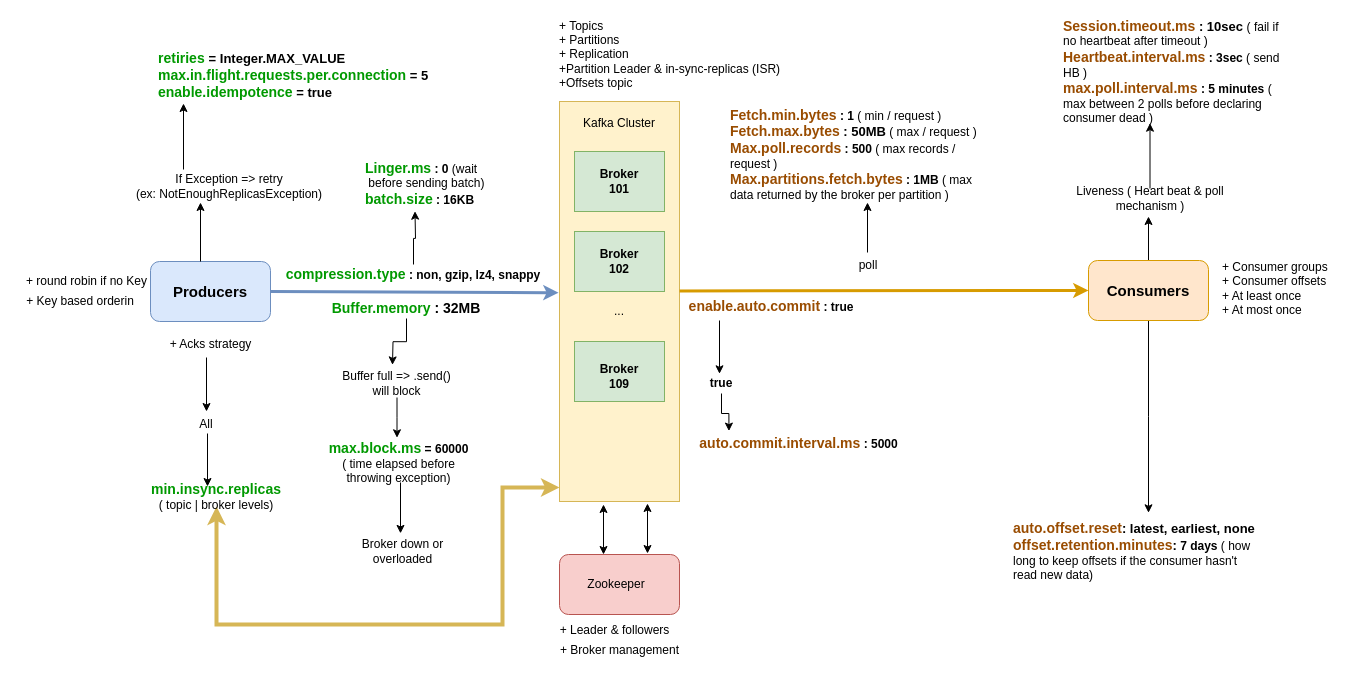
The draw.io diagram page "Page-1" (1 of 2) of kafka-core/Untitled Diagram.drawio in top-dr/kafka-diagrams, before the edit. Source tidied: cells renumbered, new cells numbered last; positions are measured from the earlier drawing's top-left corner, leaving out a move shared by most shapes. Both pictures are drawn from the tidied source at 100%, with x=0, y=0 at pixel (17, 20).
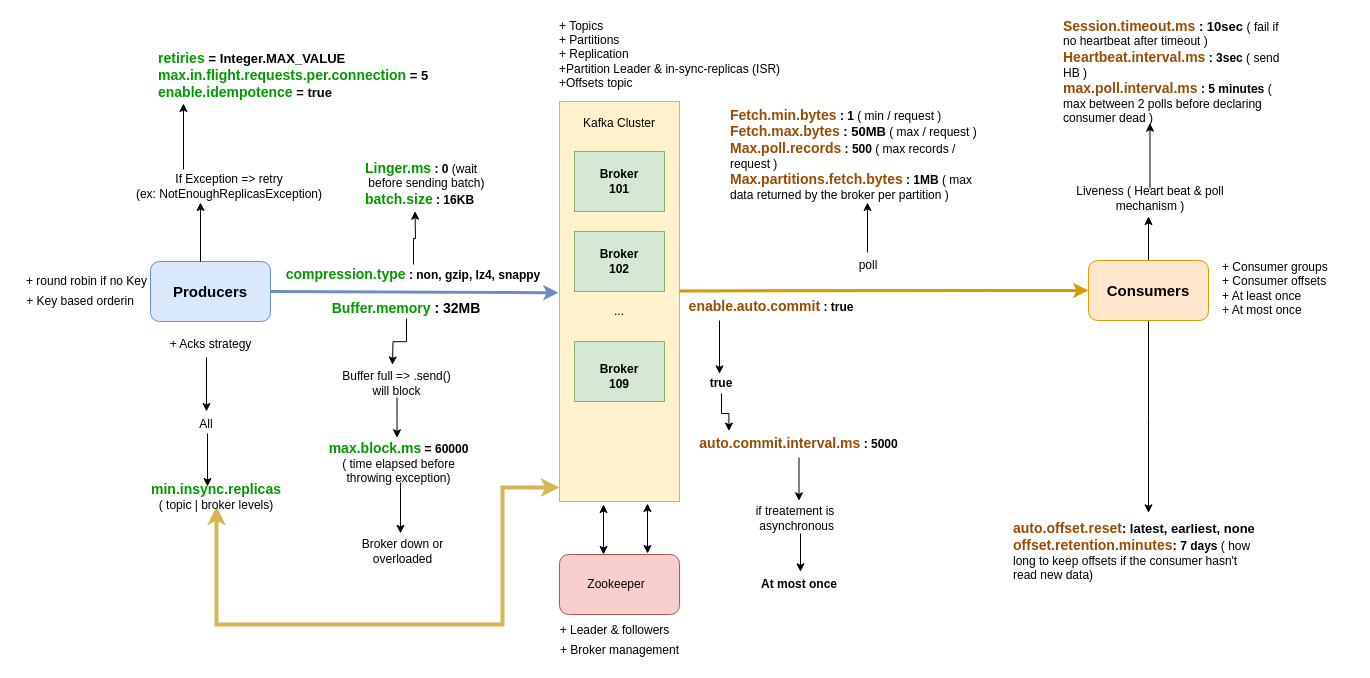
The same diagram, later.

Unchanged cells that the change refers to:
```xml
<mxCell id="54" value="&lt;b&gt;&lt;font color=&quot;#994c00&quot; style=&quot;font-size: 14px&quot;&gt;auto.commit.interval.ms&lt;/font&gt; : 5000&lt;/b&gt;" style="text;html=1;strokeColor=none;fillColor=none;align=center;verticalAlign=middle;whiteSpace=wrap;rounded=0;" parent="1" vertex="1">
  <mxGeometry x="671" y="408" width="221" height="29" as="geometry" />
</mxCell>
```

Diff of the diagram source:
```diff
@@
+    <mxCell id="61" style="edgeStyle=orthogonalEdgeStyle;rounded=0;jettySize=auto;html=1;" parent="1" edge="1" source="54">
+      <mxGeometry relative="1" as="geometry">
+        <mxPoint x="781.5" y="480.3" as="targetPoint" />
+      </mxGeometry>
+    </mxCell>
@@
+    <mxCell id="62" style="edgeStyle=orthogonalEdgeStyle;rounded=0;orthogonalLoop=1;jettySize=auto;html=1;" parent="1" edge="1">
+      <mxGeometry relative="1" as="geometry">
+        <mxPoint x="783" y="513" as="sourcePoint" />
+        <mxPoint x="783" y="551.3" as="targetPoint" />
+      </mxGeometry>
+    </mxCell>
+    <mxCell id="63" value="if treatement is&amp;nbsp; &amp;nbsp; asynchronous&amp;nbsp;&amp;nbsp;" style="text;html=1;strokeColor=none;fillColor=none;align=center;verticalAlign=middle;whiteSpace=wrap;rounded=0;" parent="1" vertex="1">
+      <mxGeometry x="711" y="486" width="144" height="23" as="geometry" />
+    </mxCell>
+    <mxCell id="64" value="&lt;b&gt;At most once&lt;/b&gt;" style="text;html=1;strokeColor=none;fillColor=none;align=center;verticalAlign=middle;whiteSpace=wrap;rounded=0;" parent="1" vertex="1">
+      <mxGeometry x="731.8" y="554" width="99.5" height="20" as="geometry" />
+    </mxCell>
```
